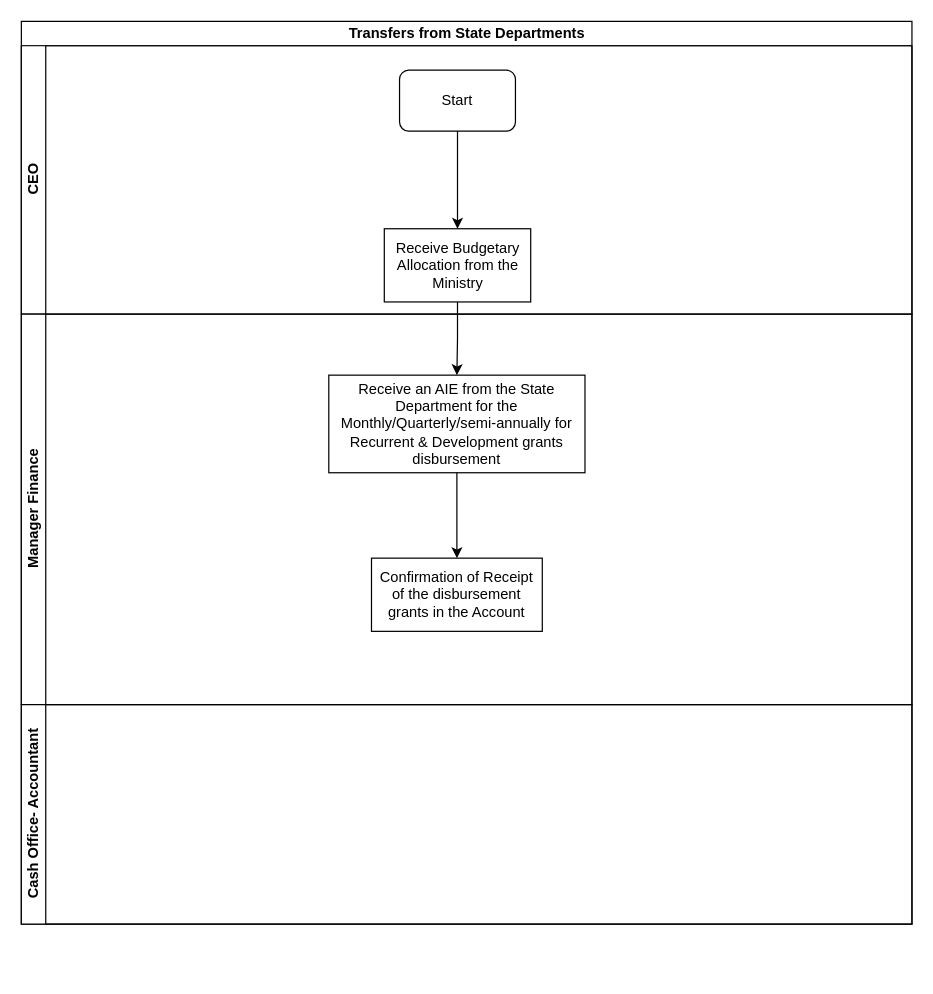
The draw.io diagram LC-FIN-TRANSFERS FROM STATE DEPARTMENTS.drawio in kmagua/flowcharts, before the edit. Source tidied: cells renumbered, new cells numbered last; positions are measured from the earlier drawing's top-left corner, leaving out a move shared by most shapes. Both pictures are drawn from the tidied source at 122%, with x=0, y=0 at pixel (21, 21).
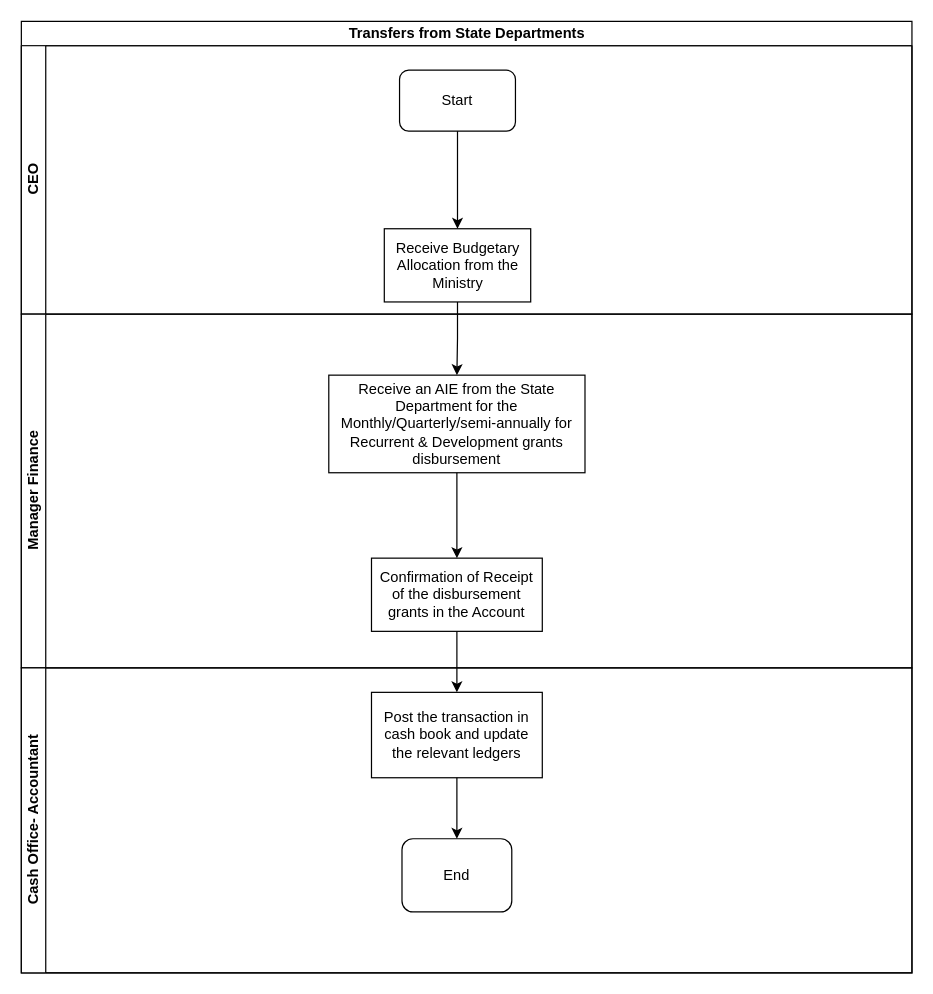
The same page after the edit.

What changed in the source:
```diff
@@
 <mxGraphModel>
   <root>
     <mxCell id="0" />
     <mxCell id="1" parent="0" />
     <mxCell id="2" value="Transfers from State Departments" style="swimlane;html=1;horizontal=1;startSize=20;" parent="1" vertex="1">
-      <mxGeometry width="730" height="740" as="geometry" />
+      <mxGeometry width="730" height="780" as="geometry" />
     </mxCell>
     <mxCell id="3" value="CEO" style="swimlane;html=1;startSize=20;horizontal=0;" parent="2" vertex="1">
       <mxGeometry y="20" width="730" height="220" as="geometry" />
     </mxCell>
     <mxCell id="4" value="Start" style="rounded=1;whiteSpace=wrap;html=1;" parent="3" vertex="1">
       <mxGeometry x="310" y="20" width="95" height="50" as="geometry" />
     </mxCell>
     <mxCell id="5" value="Receive Budgetary Allocation from the Ministry" style="rounded=0;whiteSpace=wrap;html=1;" parent="3" vertex="1">
       <mxGeometry x="297.5" y="150" width="120" height="60" as="geometry" />
     </mxCell>
     <mxCell id="6" style="edgeStyle=orthogonalEdgeStyle;rounded=0;jettySize=auto;html=1;" parent="3" edge="1" source="4" target="5">
       <mxGeometry relative="1" as="geometry" />
     </mxCell>
     <mxCell id="7" value="Manager Finance" style="swimlane;html=1;startSize=20;horizontal=0;" parent="2" vertex="1">
-      <mxGeometry y="240" width="730" height="320" as="geometry" />
+      <mxGeometry y="240" width="730" height="290" as="geometry" />
     </mxCell>
     <mxCell id="8" value="Receive an AIE from the State Department for the Monthly/Quarterly/semi-annually for Recurrent &amp;amp; Development grants disbursement " style="whiteSpace=wrap;html=1;rounded=0;" parent="7" vertex="1">
       <mxGeometry x="252" y="50" width="210" height="80" as="geometry" />
     </mxCell>
     <mxCell id="9" value="Confirmation of Receipt of the disbursement grants in the Account" style="whiteSpace=wrap;html=1;rounded=0;" parent="7" vertex="1">
       <mxGeometry x="287" y="200" width="140" height="60" as="geometry" />
     </mxCell>
     <mxCell id="10" style="edgeStyle=orthogonalEdgeStyle;rounded=0;jettySize=auto;html=1;" parent="7" edge="1" source="8" target="9">
       <mxGeometry relative="1" as="geometry" />
     </mxCell>
+    <mxCell id="12" style="edgeStyle=orthogonalEdgeStyle;rounded=0;jettySize=auto;html=1;" parent="2" edge="1" source="5" target="8">
+      <mxGeometry relative="1" as="geometry" />
+    </mxCell>
+    <mxCell id="13" style="edgeStyle=orthogonalEdgeStyle;rounded=0;jettySize=auto;html=1;" parent="2" edge="1" source="9" target="14">
+      <mxGeometry relative="1" as="geometry" />
+    </mxCell>
     <mxCell id="11" value="Cash Office- Accountant" style="swimlane;html=1;startSize=20;horizontal=0;" parent="2" vertex="1">
-      <mxGeometry y="560" width="730" height="180" as="geometry" />
+      <mxGeometry y="530" width="730" height="250" as="geometry" />
     </mxCell>
-    <mxCell id="12" style="edgeStyle=orthogonalEdgeStyle;rounded=0;jettySize=auto;html=1;" parent="2" edge="1" source="5" target="8">
-      <mxGeometry relative="1" as="geometry" />
-    </mxCell>
+    <mxCell id="14" value="Post the transaction in cash book and update the relevant ledgers" style="whiteSpace=wrap;html=1;rounded=0;" parent="11" vertex="1">
+      <mxGeometry x="287" y="20" width="140" height="70" as="geometry" />
+    </mxCell>
+    <mxCell id="15" value="End" style="rounded=1;whiteSpace=wrap;html=1;" parent="11" vertex="1">
+      <mxGeometry x="312" y="140" width="90" height="60" as="geometry" />
+    </mxCell>
+    <mxCell id="16" style="edgeStyle=orthogonalEdgeStyle;rounded=0;jettySize=auto;html=1;" parent="11" edge="1" source="14" target="15">
+      <mxGeometry relative="1" as="geometry" />
+    </mxCell>
   </root>
 </mxGraphModel>
```
